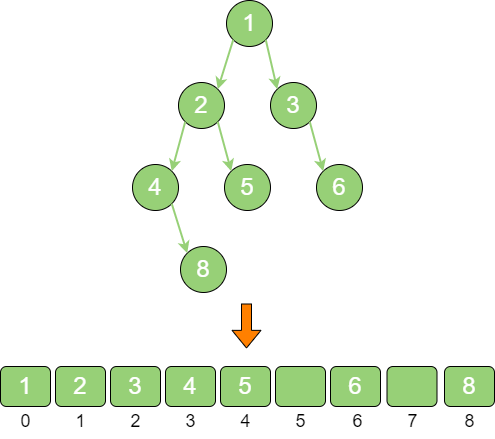
sankgao/sankgao.github.io keeps this draw.io diagram as docs/languages/python/algorithm_data_structure/assets/tree_array.png. Above is the earlier version. Source tidied: cells renumbered, new cells last; positions are measured from the earlier drawing's top-left corner, leaving out a move shared by most shapes.
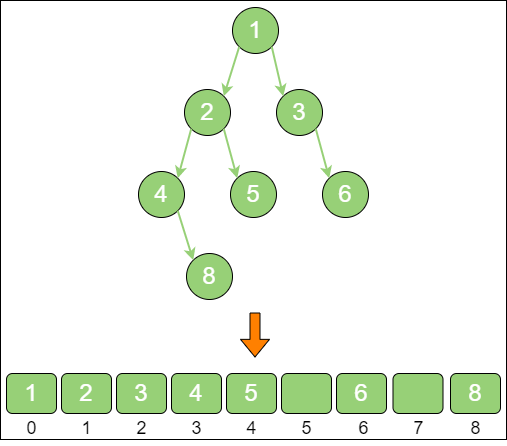
The same file after the commit.

Diff of the diagram source:
```diff
@@ -2,6 +2,9 @@
   <root>
     <mxCell id="0" />
     <mxCell id="1" parent="0" />
+    <mxCell id="34" style="rounded=0;whiteSpace=wrap;html=1;" parent="1" vertex="1">
+      <mxGeometry x="-6" y="-7" width="506" height="439" as="geometry" />
+    </mxCell>
     <mxCell id="2" value="1" style="ellipse;whiteSpace=wrap;html=1;fillColor=#97D077;fontSize=24;fontColor=#FFFFFF;" parent="1" vertex="1">
       <mxGeometry x="226" width="46" height="46" as="geometry" />
     </mxCell>
@@ -97,8 +100,8 @@
     </mxCell>
     <mxCell id="33" style="shape=flexArrow;endArrow=classic;html=1;rounded=0;endWidth=18;endSize=5.55;fillColor=#FF8000;" parent="1" edge="1">
       <mxGeometry relative="1" as="geometry">
-        <mxPoint x="246" y="303" as="sourcePoint" />
-        <mxPoint x="246" y="348" as="targetPoint" />
+        <mxPoint x="248.5" y="305" as="sourcePoint" />
+        <mxPoint x="248.5" y="350" as="targetPoint" />
       </mxGeometry>
     </mxCell>
   </root>
```
